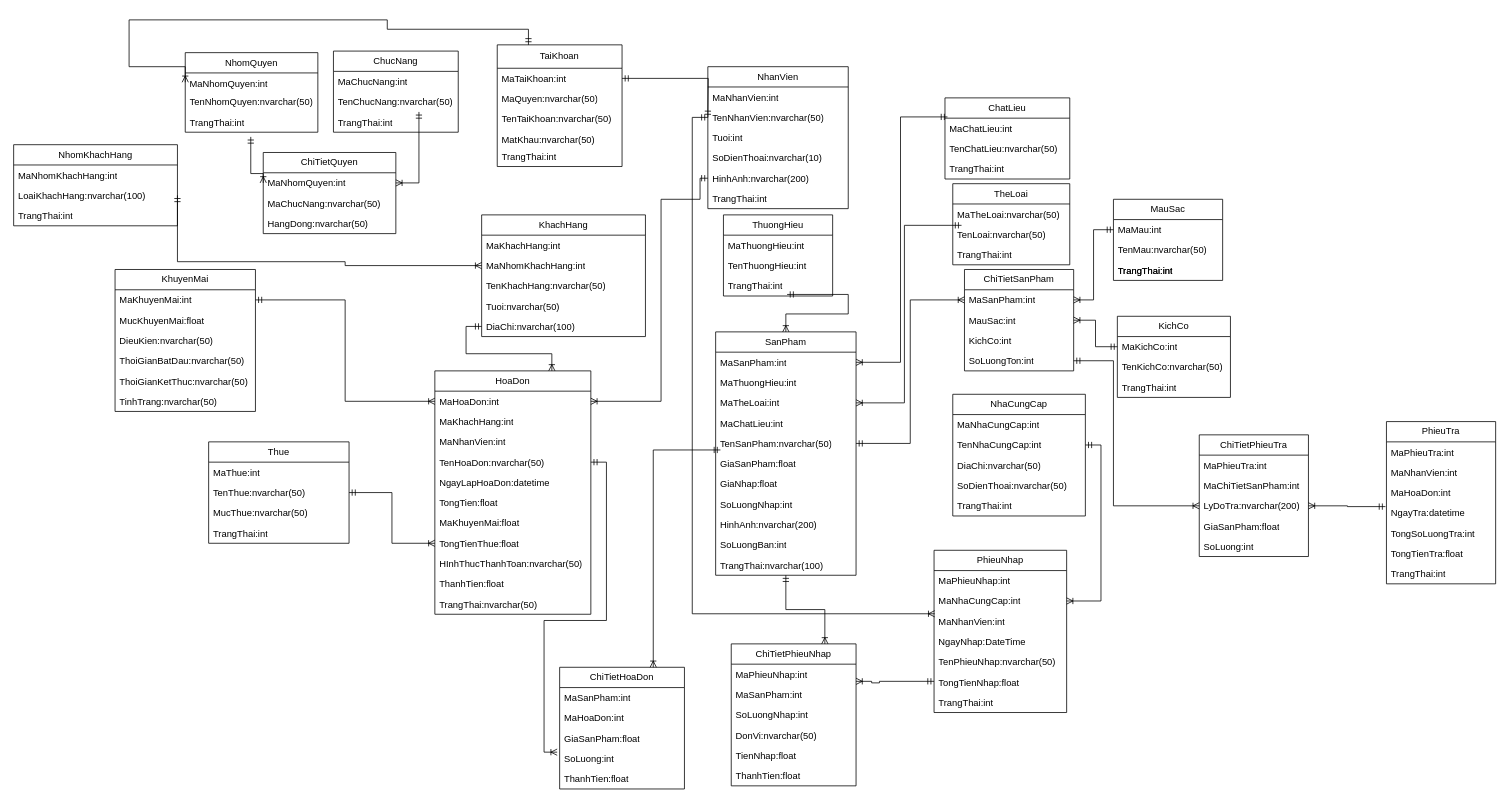
maivantai2003/Database keeps this draw.io diagram as Biểu đồ không có tiêu đề (1).drawio. Above is the earlier version. Source tidied: cells renumbered, new cells numbered last; positions are measured from the earlier drawing's top-left corner, leaving out a move shared by most shapes. Both pictures are drawn from the tidied source at 78%, with x=0, y=0 at pixel (13, 20).
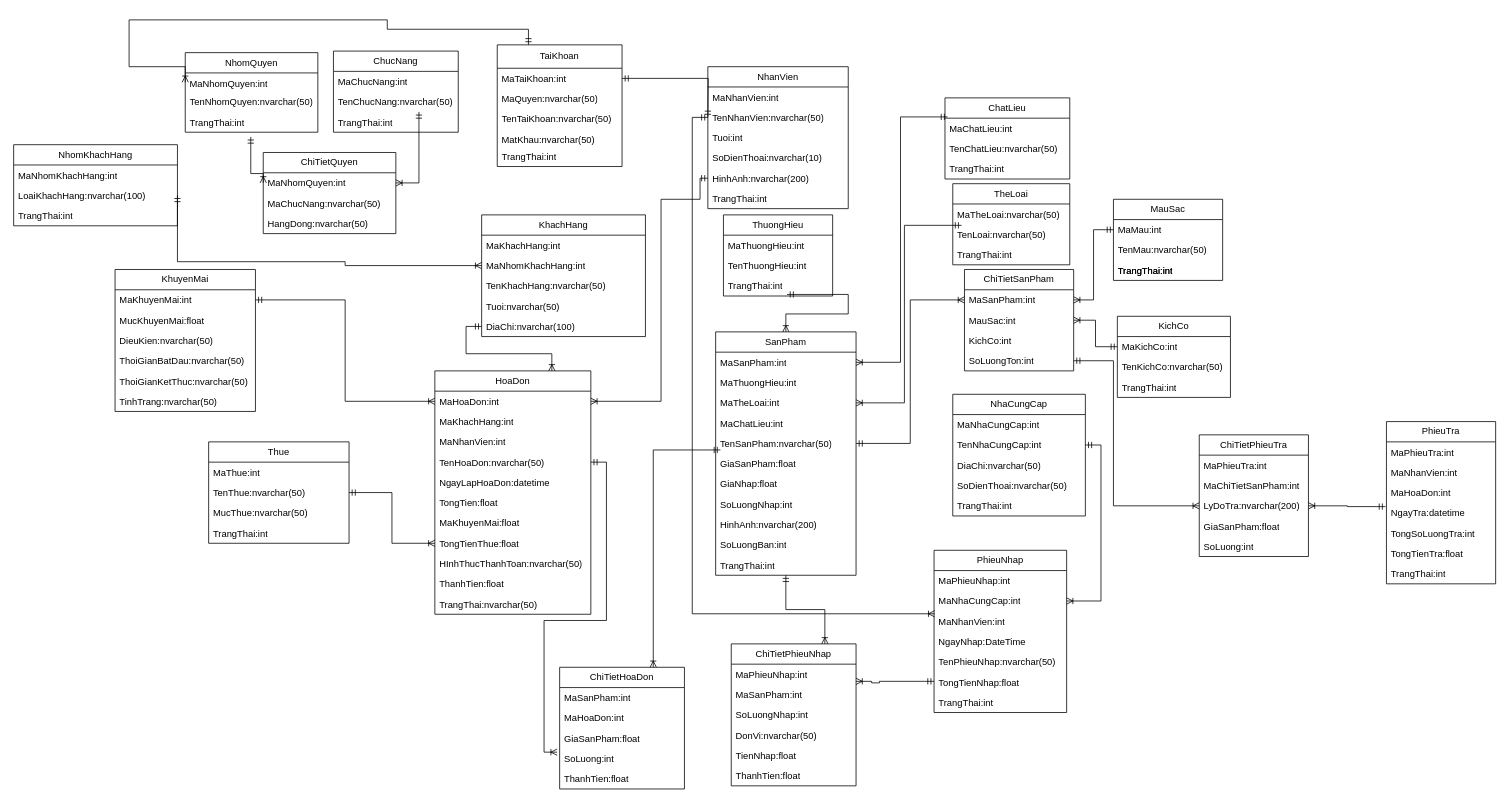
After the change.

Commit message:
Cập nhật Biểu đồ không có tiêu đề (1).drawio

The change refers to these unchanged cells:
```xml
<mxCell id="41" value="SanPham" style="swimlane;fontStyle=0;horizontal=1;startSize=26;fillColor=none;whiteSpace=wrap;html=1;" parent="1" vertex="1">
  <mxGeometry x="900" y="400" width="180" height="312" as="geometry" />
</mxCell>
```

What changed in the source:
```diff
@@
-    <mxCell id="52" value="TrangThai:nvarchar(100)" style="text;strokeColor=none;fillColor=none;align=left;verticalAlign=top;spacingLeft=4;spacingRight=4;overflow=hidden;whiteSpace=wrap;html=1;" parent="41" vertex="1">
+    <mxCell id="52" value="TrangThai:int" style="text;strokeColor=none;fillColor=none;align=left;verticalAlign=top;spacingLeft=4;spacingRight=4;overflow=hidden;whiteSpace=wrap;html=1;" parent="41" vertex="1">
       <mxGeometry y="286" width="180" height="26" as="geometry" />
     </mxCell>
```
